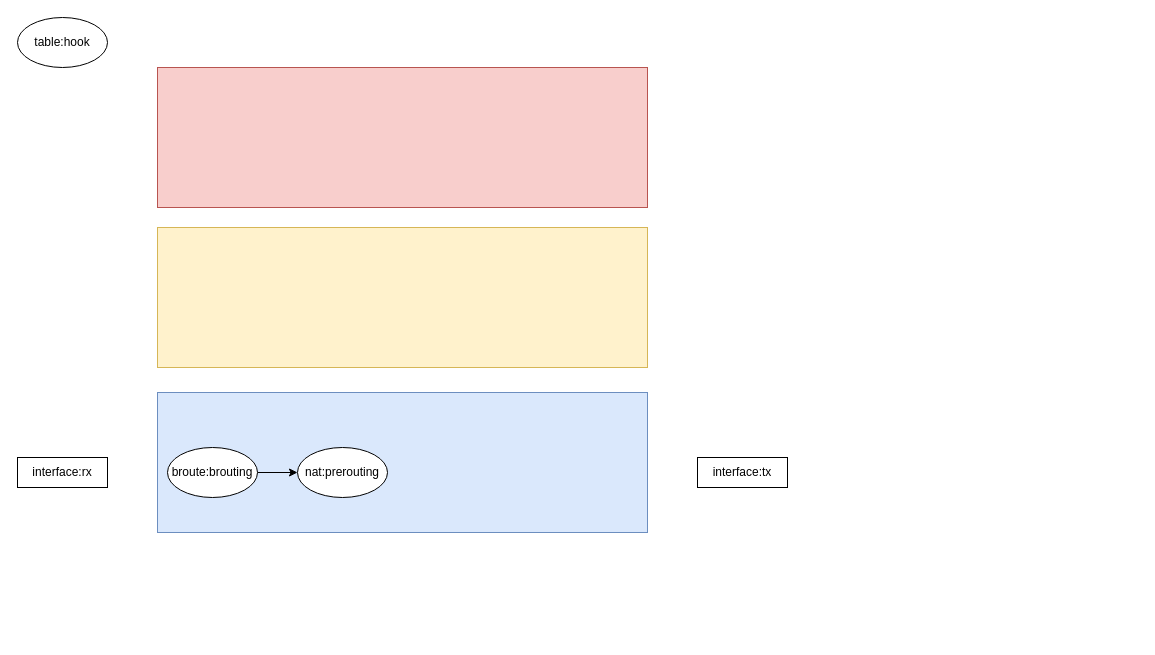
This is Untitled Diagram.drawio from waterwatermelon/graph, a draw.io file, before an edit. Source tidied: cells renumbered, new cells numbered last; positions are measured from the earlier drawing's top-left corner, leaving out a move shared by most shapes. Both pictures are drawn from the tidied source at 100%, with x=0, y=0 at pixel (17, 17).
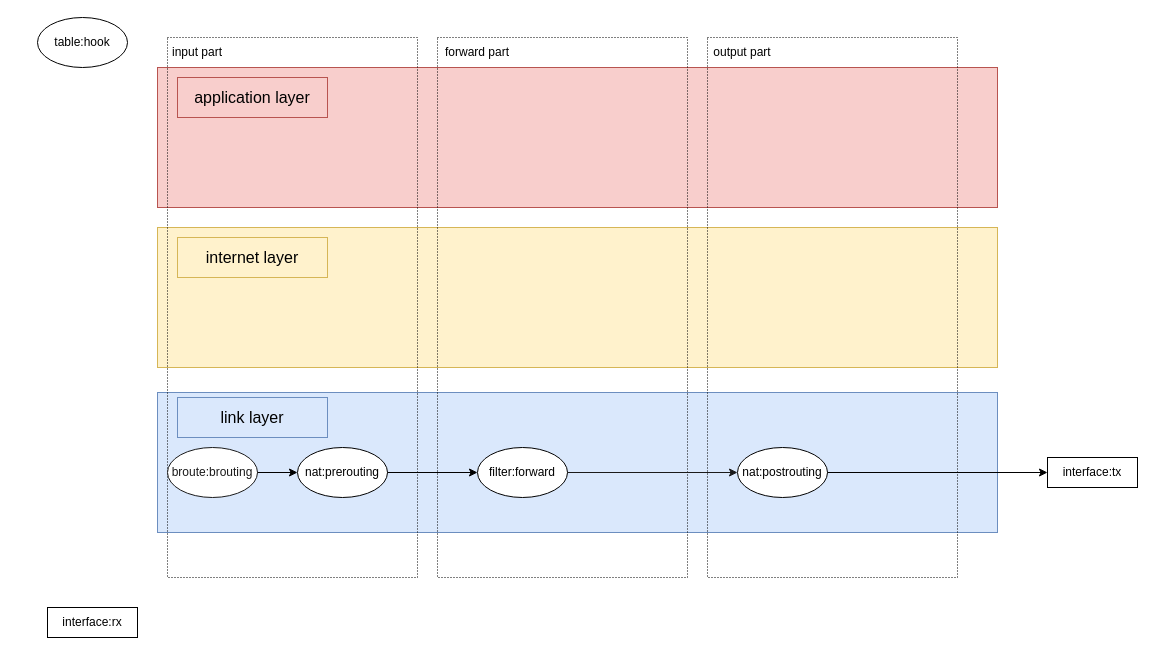
The same diagram, later.

Unchanged cells that the change refers to:
```xml
<mxCell id="7" value="nat:prerouting" style="ellipse;whiteSpace=wrap;html=1;" parent="1" vertex="1">
  <mxGeometry x="280" y="430" width="90" height="50" as="geometry" />
</mxCell>
```

Diff of the diagram source:
```diff
@@
+    <mxCell id="3" style="rounded=0;whiteSpace=wrap;html=1;fillColor=#dae8fc;strokeColor=#6c8ebf;" parent="1" vertex="1">
+      <mxGeometry x="140" y="375" width="840" height="140" as="geometry" />
+    </mxCell>
     <mxCell id="2" style="rounded=0;whiteSpace=wrap;html=1;fillColor=#fff2cc;strokeColor=#d6b656;" parent="1" vertex="1">
-      <mxGeometry x="140" y="210" width="490" height="140" as="geometry" />
+      <mxGeometry x="140" y="210" width="840" height="140" as="geometry" />
     </mxCell>
-    <mxCell id="3" style="rounded=0;whiteSpace=wrap;html=1;fillColor=#dae8fc;strokeColor=#6c8ebf;" parent="1" vertex="1">
-      <mxGeometry x="140" y="375" width="490" height="140" as="geometry" />
-    </mxCell>
+    <mxCell id="8" style="rounded=0;whiteSpace=wrap;html=1;fillColor=#f8cecc;strokeColor=#b85450;" parent="1" vertex="1">
+      <mxGeometry x="140" y="50" width="840" height="140" as="geometry" />
+    </mxCell>
+    <mxCell id="11" style="group;" parent="1" vertex="1">
+      <mxGeometry x="150" y="20" width="250" height="540" as="geometry" />
+    </mxCell>
+    <mxCell id="12" style="rounded=0;whiteSpace=wrap;html=1;fillColor=none;dashed=1;dashPattern=1 2;" parent="11" vertex="1">
+      <mxGeometry width="250" height="540" as="geometry" />
+    </mxCell>
+    <mxCell id="13" value="input part" style="text;html=1;strokeColor=none;fillColor=none;align=center;verticalAlign=middle;whiteSpace=wrap;rounded=0;" parent="11" vertex="1">
+      <mxGeometry width="60" height="30" as="geometry" />
+    </mxCell>
+    <mxCell id="14" value="link layer" style="text;html=1;strokeColor=#6c8ebf;fillColor=#dae8fc;align=center;verticalAlign=middle;whiteSpace=wrap;rounded=0;fontSize=16;" parent="11" vertex="1">
+      <mxGeometry x="10" y="360" width="150" height="40" as="geometry" />
+    </mxCell>
+    <mxCell id="15" value="internet layer" style="text;html=1;strokeColor=#d6b656;fillColor=#fff2cc;align=center;verticalAlign=middle;whiteSpace=wrap;rounded=0;fontSize=16;" parent="11" vertex="1">
+      <mxGeometry x="10" y="200" width="150" height="40" as="geometry" />
+    </mxCell>
+    <mxCell id="16" value="application layer" style="text;html=1;strokeColor=#b85450;fillColor=#f8cecc;align=center;verticalAlign=middle;whiteSpace=wrap;rounded=0;fontSize=16;" parent="11" vertex="1">
+      <mxGeometry x="10" y="40" width="150" height="40" as="geometry" />
+    </mxCell>
     <mxCell id="4" value="table:hook" style="ellipse;whiteSpace=wrap;html=1;" parent="1" vertex="1">
-      <mxGeometry width="90" height="50" as="geometry" />
+      <mxGeometry x="20" width="90" height="50" as="geometry" />
     </mxCell>
-    <mxCell id="5" style="edgeStyle=orthogonalEdgeStyle;rounded=0;jettySize=auto;html=1;exitX=1;exitY=0.5;exitDx=0;exitDy=0;" parent="1" edge="1" source="6" target="7">
-      <mxGeometry relative="1" as="geometry" />
-    </mxCell>
-    <mxCell id="6" value="broute:brouting" style="ellipse;whiteSpace=wrap;html=1;" parent="1" vertex="1">
+    <mxCell id="6" value="&lt;font color=&quot;#1a1a1a&quot;&gt;broute:brouting&lt;/font&gt;" style="ellipse;whiteSpace=wrap;html=1;strokeColor=#1A1A1A;" parent="1" vertex="1">
       <mxGeometry x="150" y="430" width="90" height="50" as="geometry" />
     </mxCell>
@@
-    <mxCell id="8" style="rounded=0;whiteSpace=wrap;html=1;fillColor=#f8cecc;strokeColor=#b85450;" parent="1" vertex="1">
-      <mxGeometry x="140" y="50" width="490" height="140" as="geometry" />
-    </mxCell>
     <mxCell id="9" value="interface:rx" style="html=1;whiteSpace=wrap;" parent="1" vertex="1">
-      <mxGeometry y="440" width="90" height="30" as="geometry" />
+      <mxGeometry x="30" y="590" width="90" height="30" as="geometry" />
     </mxCell>
     <mxCell id="10" value="interface:tx" style="html=1;whiteSpace=wrap;" parent="1" vertex="1">
-      <mxGeometry x="680" y="440" width="90" height="30" as="geometry" />
+      <mxGeometry x="1030" y="440" width="90" height="30" as="geometry" />
     </mxCell>
+    <mxCell id="17" style="group;" parent="1" vertex="1">
+      <mxGeometry x="420" y="20" width="250" height="540" as="geometry" />
+    </mxCell>
+    <mxCell id="18" style="rounded=0;whiteSpace=wrap;html=1;fillColor=none;dashed=1;dashPattern=1 2;" parent="17" vertex="1">
+      <mxGeometry width="250" height="540" as="geometry" />
+    </mxCell>
+    <mxCell id="19" value="forward part" style="text;html=1;strokeColor=none;fillColor=none;align=center;verticalAlign=middle;whiteSpace=wrap;rounded=0;" parent="17" vertex="1">
+      <mxGeometry width="80" height="30" as="geometry" />
+    </mxCell>
+    <mxCell id="20" value="filter:forward" style="ellipse;whiteSpace=wrap;html=1;" parent="17" vertex="1">
+      <mxGeometry x="40" y="410" width="90" height="50" as="geometry" />
+    </mxCell>
+    <mxCell id="21" style="group;" parent="1" vertex="1">
+      <mxGeometry x="690" y="20" width="250" height="540" as="geometry" />
+    </mxCell>
+    <mxCell id="22" style="rounded=0;whiteSpace=wrap;html=1;fillColor=none;dashed=1;dashPattern=1 2;" parent="21" vertex="1">
+      <mxGeometry width="250" height="540" as="geometry" />
+    </mxCell>
+    <mxCell id="23" value="output part" style="text;html=1;strokeColor=none;fillColor=none;align=center;verticalAlign=middle;whiteSpace=wrap;rounded=0;" parent="21" vertex="1">
+      <mxGeometry width="70" height="30" as="geometry" />
+    </mxCell>
+    <mxCell id="24" value="nat:postrouting" style="ellipse;whiteSpace=wrap;html=1;" parent="21" vertex="1">
+      <mxGeometry x="30" y="410" width="90" height="50" as="geometry" />
+    </mxCell>
+    <mxCell id="25" style="edgeStyle=orthogonalEdgeStyle;rounded=0;jettySize=auto;html=1;exitX=1;exitY=0.5;exitDx=0;exitDy=0;" parent="1" edge="1" source="24" target="10">
+      <mxGeometry relative="1" as="geometry" />
+    </mxCell>
+    <mxCell id="26" style="edgeStyle=orthogonalEdgeStyle;rounded=0;jettySize=auto;html=1;exitX=1;exitY=0.5;exitDx=0;exitDy=0;strokeColor=#1A1A1A;" parent="1" edge="1" source="20" target="24">
+      <mxGeometry relative="1" as="geometry" />
+    </mxCell>
+    <mxCell id="27" style="edgeStyle=orthogonalEdgeStyle;rounded=0;jettySize=auto;html=1;exitX=1;exitY=0.5;exitDx=0;exitDy=0;entryX=0;entryY=0.5;entryDx=0;entryDy=0;" parent="1" edge="1" source="7" target="20">
+      <mxGeometry relative="1" as="geometry" />
+    </mxCell>
+    <mxCell id="5" style="edgeStyle=orthogonalEdgeStyle;rounded=0;jettySize=auto;html=1;exitX=1;exitY=0.5;exitDx=0;exitDy=0;" parent="1" edge="1" source="6" target="7">
+      <mxGeometry relative="1" as="geometry" />
+    </mxCell>
```
